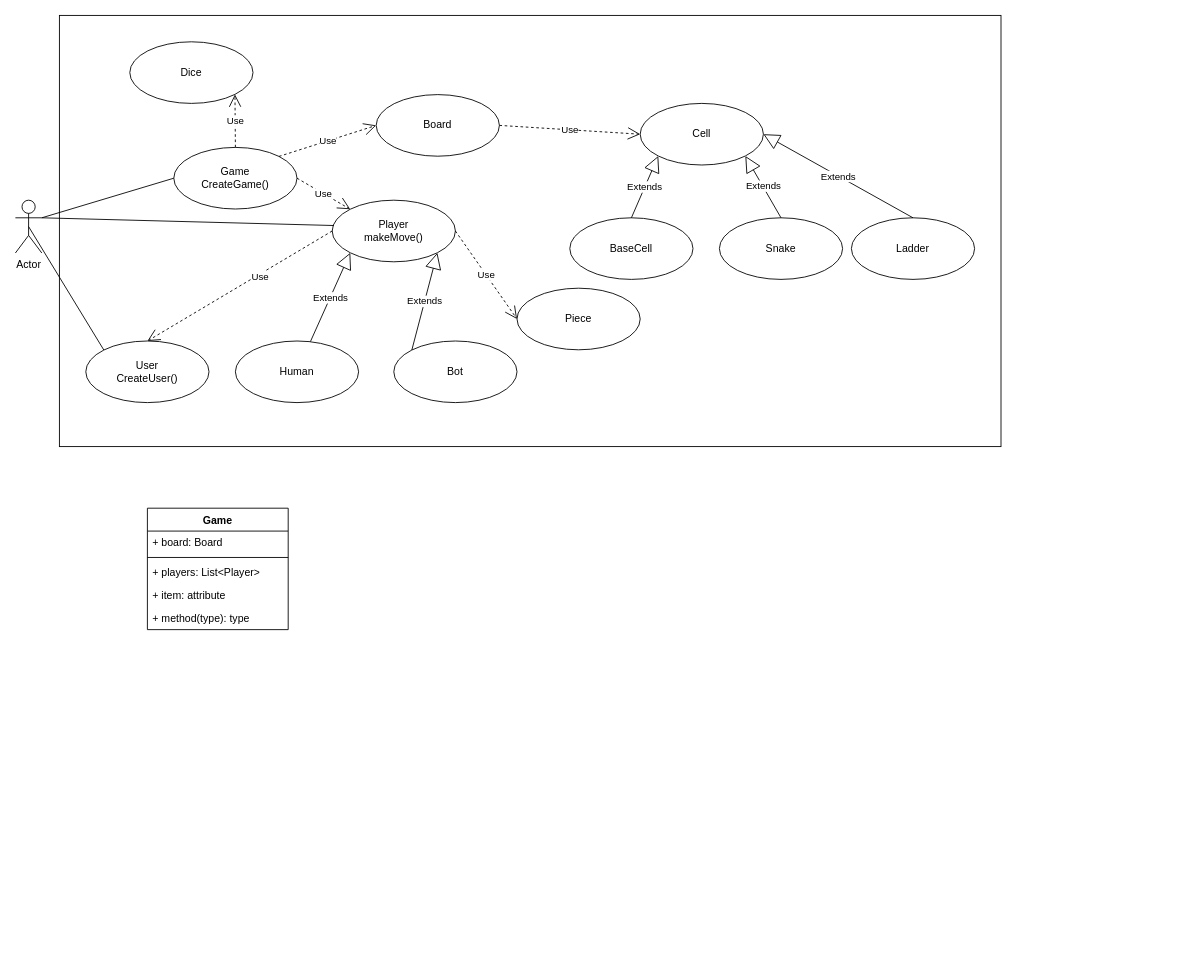
Before: SnakeAndLadder.drawio in aktomer06/Draw.io, a draw.io diagram. Source tidied: cells renumbered, new cells numbered last; positions are measured from the earlier drawing's top-left corner, leaving out a move shared by most shapes. Both pictures are drawn from the tidied source at 88%, with x=0, y=0 at pixel (15, 15).
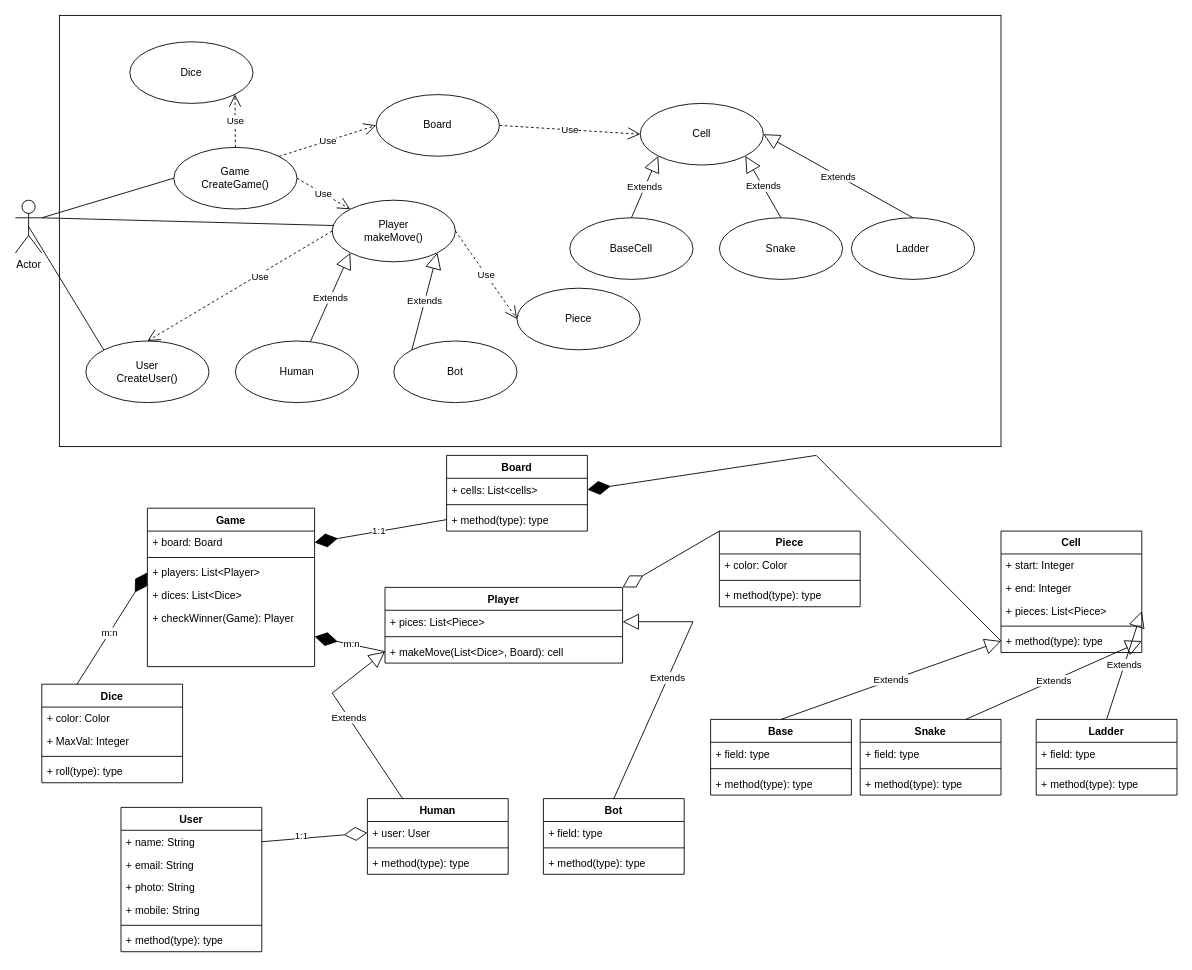
The same diagram, later.

What changed in the source:
```diff
@@
     <mxCell id="31" value="Game" style="swimlane;fontStyle=1;align=center;verticalAlign=top;horizontal=1;startSize=26;whiteSpace=wrap;html=1;" parent="1" vertex="1">
-      <mxGeometry x="150" y="560" width="160" height="138" as="geometry" />
+      <mxGeometry x="150" y="560" width="190" height="180" as="geometry" />
     </mxCell>
     <mxCell id="32" value="+ board: Board" style="text;strokeColor=none;fillColor=none;align=left;verticalAlign=top;spacingLeft=4;spacingRight=4;overflow=hidden;points=[[0,0.5],[1,0.5]];portConstraint=eastwest;whiteSpace=wrap;html=1;" parent="31" vertex="1">
-      <mxGeometry y="26" width="160" height="26" as="geometry" />
+      <mxGeometry y="26" width="190" height="26" as="geometry" />
     </mxCell>
     <mxCell id="33" style="line;strokeWidth=1;fillColor=none;align=left;verticalAlign=middle;spacingTop=-1;spacingLeft=3;spacingRight=3;labelPosition=right;strokeColor=inherit;" parent="31" vertex="1">
-      <mxGeometry y="52" width="160" height="8" as="geometry" />
+      <mxGeometry y="52" width="190" height="8" as="geometry" />
     </mxCell>
     <mxCell id="34" value="+ players: List&amp;lt;Player&amp;gt;" style="text;strokeColor=none;fillColor=none;align=left;verticalAlign=top;spacingLeft=4;spacingRight=4;overflow=hidden;points=[[0,0.5],[1,0.5]];portConstraint=eastwest;whiteSpace=wrap;html=1;" parent="31" vertex="1">
-      <mxGeometry y="60" width="160" height="26" as="geometry" />
+      <mxGeometry y="60" width="190" height="26" as="geometry" />
     </mxCell>
-    <mxCell id="35" value="+ item: attribute" style="text;strokeColor=none;fillColor=none;align=left;verticalAlign=top;spacingLeft=4;spacingRight=4;overflow=hidden;whiteSpace=wrap;html=1;" parent="31" vertex="1">
-      <mxGeometry y="86" width="160" height="26" as="geometry" />
+    <mxCell id="35" value="+ dices: List&amp;lt;Dice&amp;gt;" style="text;strokeColor=none;fillColor=none;align=left;verticalAlign=top;spacingLeft=4;spacingRight=4;overflow=hidden;whiteSpace=wrap;html=1;" parent="31" vertex="1">
+      <mxGeometry y="86" width="190" height="26" as="geometry" />
     </mxCell>
-    <mxCell id="36" value="+ method(type): type" style="text;strokeColor=none;fillColor=none;align=left;verticalAlign=top;spacingLeft=4;spacingRight=4;overflow=hidden;points=[[0,0.5],[1,0.5]];portConstraint=eastwest;whiteSpace=wrap;html=1;" parent="31" vertex="1">
-      <mxGeometry y="112" width="160" height="26" as="geometry" />
+    <mxCell id="36" value="+ checkWinner(Game): Player" style="text;strokeColor=none;fillColor=none;align=left;verticalAlign=top;spacingLeft=4;spacingRight=4;overflow=hidden;points=[[0,0.5],[1,0.5]];portConstraint=eastwest;whiteSpace=wrap;html=1;" parent="31" vertex="1">
+      <mxGeometry y="112" width="190" height="68" as="geometry" />
     </mxCell>
+    <mxCell id="37" value="Board" style="swimlane;fontStyle=1;align=center;verticalAlign=top;horizontal=1;startSize=26;whiteSpace=wrap;html=1;" parent="1" vertex="1">
+      <mxGeometry x="490" y="500" width="160" height="86" as="geometry" />
+    </mxCell>
+    <mxCell id="38" value="+ cells: List&amp;lt;cells&amp;gt;" style="text;strokeColor=none;fillColor=none;align=left;verticalAlign=top;spacingLeft=4;spacingRight=4;overflow=hidden;points=[[0,0.5],[1,0.5]];portConstraint=eastwest;whiteSpace=wrap;html=1;" parent="37" vertex="1">
+      <mxGeometry y="26" width="160" height="26" as="geometry" />
+    </mxCell>
+    <mxCell id="39" style="line;strokeWidth=1;fillColor=none;align=left;verticalAlign=middle;spacingTop=-1;spacingLeft=3;spacingRight=3;labelPosition=right;strokeColor=inherit;" parent="37" vertex="1">
+      <mxGeometry y="52" width="160" height="8" as="geometry" />
+    </mxCell>
+    <mxCell id="40" value="+ method(type): type" style="text;strokeColor=none;fillColor=none;align=left;verticalAlign=top;spacingLeft=4;spacingRight=4;overflow=hidden;points=[[0,0.5],[1,0.5]];portConstraint=eastwest;whiteSpace=wrap;html=1;" parent="37" vertex="1">
+      <mxGeometry y="60" width="160" height="26" as="geometry" />
+    </mxCell>
+    <mxCell id="41" value="Player" style="swimlane;fontStyle=1;align=center;verticalAlign=top;horizontal=1;startSize=26;whiteSpace=wrap;html=1;" parent="1" vertex="1">
+      <mxGeometry x="420" y="650" width="270" height="86" as="geometry" />
+    </mxCell>
+    <mxCell id="42" value="+ pices: List&amp;lt;Piece&amp;gt;" style="text;strokeColor=none;fillColor=none;align=left;verticalAlign=top;spacingLeft=4;spacingRight=4;overflow=hidden;points=[[0,0.5],[1,0.5]];portConstraint=eastwest;whiteSpace=wrap;html=1;" parent="41" vertex="1">
+      <mxGeometry y="26" width="270" height="26" as="geometry" />
+    </mxCell>
+    <mxCell id="43" style="line;strokeWidth=1;fillColor=none;align=left;verticalAlign=middle;spacingTop=-1;spacingLeft=3;spacingRight=3;labelPosition=right;strokeColor=inherit;" parent="41" vertex="1">
+      <mxGeometry y="52" width="270" height="8" as="geometry" />
+    </mxCell>
+    <mxCell id="44" value="+ makeMove(List&amp;lt;Dice&amp;gt;, Board): cell" style="text;strokeColor=none;fillColor=none;align=left;verticalAlign=top;spacingLeft=4;spacingRight=4;overflow=hidden;points=[[0,0.5],[1,0.5]];portConstraint=eastwest;whiteSpace=wrap;html=1;" parent="41" vertex="1">
+      <mxGeometry y="60" width="270" height="26" as="geometry" />
+    </mxCell>
+    <mxCell id="45" value="Human" style="swimlane;fontStyle=1;align=center;verticalAlign=top;horizontal=1;startSize=26;whiteSpace=wrap;html=1;" parent="1" vertex="1">
+      <mxGeometry x="400" y="890" width="160" height="86" as="geometry" />
+    </mxCell>
+    <mxCell id="46" value="+ user: User" style="text;strokeColor=none;fillColor=none;align=left;verticalAlign=top;spacingLeft=4;spacingRight=4;overflow=hidden;points=[[0,0.5],[1,0.5]];portConstraint=eastwest;whiteSpace=wrap;html=1;" parent="45" vertex="1">
+      <mxGeometry y="26" width="160" height="26" as="geometry" />
+    </mxCell>
+    <mxCell id="47" style="line;strokeWidth=1;fillColor=none;align=left;verticalAlign=middle;spacingTop=-1;spacingLeft=3;spacingRight=3;labelPosition=right;strokeColor=inherit;" parent="45" vertex="1">
+      <mxGeometry y="52" width="160" height="8" as="geometry" />
+    </mxCell>
+    <mxCell id="48" value="+ method(type): type" style="text;strokeColor=none;fillColor=none;align=left;verticalAlign=top;spacingLeft=4;spacingRight=4;overflow=hidden;whiteSpace=wrap;html=1;" parent="45" vertex="1">
+      <mxGeometry y="60" width="160" height="26" as="geometry" />
+    </mxCell>
+    <mxCell id="49" value="Bot" style="swimlane;fontStyle=1;align=center;verticalAlign=top;horizontal=1;startSize=26;whiteSpace=wrap;html=1;" parent="1" vertex="1">
+      <mxGeometry x="600" y="890" width="160" height="86" as="geometry" />
+    </mxCell>
+    <mxCell id="50" value="+ field: type" style="text;strokeColor=none;fillColor=none;align=left;verticalAlign=top;spacingLeft=4;spacingRight=4;overflow=hidden;whiteSpace=wrap;html=1;" parent="49" vertex="1">
+      <mxGeometry y="26" width="160" height="26" as="geometry" />
+    </mxCell>
+    <mxCell id="51" style="line;strokeWidth=1;fillColor=none;align=left;verticalAlign=middle;spacingTop=-1;spacingLeft=3;spacingRight=3;labelPosition=right;strokeColor=inherit;" parent="49" vertex="1">
+      <mxGeometry y="52" width="160" height="8" as="geometry" />
+    </mxCell>
+    <mxCell id="52" value="+ method(type): type" style="text;strokeColor=none;fillColor=none;align=left;verticalAlign=top;spacingLeft=4;spacingRight=4;overflow=hidden;whiteSpace=wrap;html=1;" parent="49" vertex="1">
+      <mxGeometry y="60" width="160" height="26" as="geometry" />
+    </mxCell>
+    <mxCell id="53" value="Dice" style="swimlane;fontStyle=1;align=center;verticalAlign=top;horizontal=1;startSize=26;whiteSpace=wrap;html=1;" parent="1" vertex="1">
+      <mxGeometry x="30" y="760" width="160" height="112" as="geometry" />
+    </mxCell>
+    <mxCell id="54" value="+ color: Color&lt;div&gt;&lt;br&gt;&lt;/div&gt;" style="text;strokeColor=none;fillColor=none;align=left;verticalAlign=top;spacingLeft=4;spacingRight=4;overflow=hidden;whiteSpace=wrap;html=1;" parent="53" vertex="1">
+      <mxGeometry y="26" width="160" height="26" as="geometry" />
+    </mxCell>
+    <mxCell id="55" value="+ MaxVal: Integer" style="text;strokeColor=none;fillColor=none;align=left;verticalAlign=top;spacingLeft=4;spacingRight=4;overflow=hidden;whiteSpace=wrap;html=1;" parent="53" vertex="1">
+      <mxGeometry y="52" width="160" height="26" as="geometry" />
+    </mxCell>
+    <mxCell id="56" style="line;strokeWidth=1;fillColor=none;align=left;verticalAlign=middle;spacingTop=-1;spacingLeft=3;spacingRight=3;labelPosition=right;strokeColor=inherit;" parent="53" vertex="1">
+      <mxGeometry y="78" width="160" height="8" as="geometry" />
+    </mxCell>
+    <mxCell id="57" value="+ roll(type): type" style="text;strokeColor=none;fillColor=none;align=left;verticalAlign=top;spacingLeft=4;spacingRight=4;overflow=hidden;whiteSpace=wrap;html=1;" parent="53" vertex="1">
+      <mxGeometry y="86" width="160" height="26" as="geometry" />
+    </mxCell>
+    <mxCell id="58" value="Cell" style="swimlane;fontStyle=1;align=center;verticalAlign=top;horizontal=1;startSize=26;whiteSpace=wrap;html=1;" parent="1" vertex="1">
+      <mxGeometry x="1120" y="586" width="160" height="138" as="geometry" />
+    </mxCell>
+    <mxCell id="59" value="+ start: Integer" style="text;strokeColor=none;fillColor=none;align=left;verticalAlign=top;spacingLeft=4;spacingRight=4;overflow=hidden;whiteSpace=wrap;html=1;" parent="58" vertex="1">
+      <mxGeometry y="26" width="160" height="26" as="geometry" />
+    </mxCell>
+    <mxCell id="60" value="+ end: Integer" style="text;strokeColor=none;fillColor=none;align=left;verticalAlign=top;spacingLeft=4;spacingRight=4;overflow=hidden;whiteSpace=wrap;html=1;" parent="58" vertex="1">
+      <mxGeometry y="52" width="160" height="26" as="geometry" />
+    </mxCell>
+    <mxCell id="61" value="+ pieces: List&amp;lt;Piece&amp;gt;" style="text;strokeColor=none;fillColor=none;align=left;verticalAlign=top;spacingLeft=4;spacingRight=4;overflow=hidden;points=[[0,0.5],[1,0.5]];portConstraint=eastwest;whiteSpace=wrap;html=1;" parent="58" vertex="1">
+      <mxGeometry y="78" width="160" height="26" as="geometry" />
+    </mxCell>
+    <mxCell id="62" style="line;strokeWidth=1;fillColor=none;align=left;verticalAlign=middle;spacingTop=-1;spacingLeft=3;spacingRight=3;labelPosition=right;strokeColor=inherit;" parent="58" vertex="1">
+      <mxGeometry y="104" width="160" height="8" as="geometry" />
+    </mxCell>
+    <mxCell id="63" value="+ method(type): type" style="text;strokeColor=none;fillColor=none;align=left;verticalAlign=top;spacingLeft=4;spacingRight=4;overflow=hidden;points=[[0,0.5],[1,0.5]];portConstraint=eastwest;whiteSpace=wrap;html=1;" parent="58" vertex="1">
+      <mxGeometry y="112" width="160" height="26" as="geometry" />
+    </mxCell>
+    <mxCell id="64" value="Base" style="swimlane;fontStyle=1;align=center;verticalAlign=top;horizontal=1;startSize=26;whiteSpace=wrap;html=1;" parent="1" vertex="1">
+      <mxGeometry x="790" y="800" width="160" height="86" as="geometry" />
+    </mxCell>
+    <mxCell id="65" value="+ field: type" style="text;strokeColor=none;fillColor=none;align=left;verticalAlign=top;spacingLeft=4;spacingRight=4;overflow=hidden;whiteSpace=wrap;html=1;" parent="64" vertex="1">
+      <mxGeometry y="26" width="160" height="26" as="geometry" />
+    </mxCell>
+    <mxCell id="66" style="line;strokeWidth=1;fillColor=none;align=left;verticalAlign=middle;spacingTop=-1;spacingLeft=3;spacingRight=3;labelPosition=right;strokeColor=inherit;" parent="64" vertex="1">
+      <mxGeometry y="52" width="160" height="8" as="geometry" />
+    </mxCell>
+    <mxCell id="67" value="+ method(type): type" style="text;strokeColor=none;fillColor=none;align=left;verticalAlign=top;spacingLeft=4;spacingRight=4;overflow=hidden;whiteSpace=wrap;html=1;" parent="64" vertex="1">
+      <mxGeometry y="60" width="160" height="26" as="geometry" />
+    </mxCell>
+    <mxCell id="68" value="Snake" style="swimlane;fontStyle=1;align=center;verticalAlign=top;horizontal=1;startSize=26;whiteSpace=wrap;html=1;" parent="1" vertex="1">
+      <mxGeometry x="960" y="800" width="160" height="86" as="geometry" />
+    </mxCell>
+    <mxCell id="69" value="+ field: type" style="text;strokeColor=none;fillColor=none;align=left;verticalAlign=top;spacingLeft=4;spacingRight=4;overflow=hidden;whiteSpace=wrap;html=1;" parent="68" vertex="1">
+      <mxGeometry y="26" width="160" height="26" as="geometry" />
+    </mxCell>
+    <mxCell id="70" style="line;strokeWidth=1;fillColor=none;align=left;verticalAlign=middle;spacingTop=-1;spacingLeft=3;spacingRight=3;labelPosition=right;strokeColor=inherit;" parent="68" vertex="1">
+      <mxGeometry y="52" width="160" height="8" as="geometry" />
+    </mxCell>
+    <mxCell id="71" value="+ method(type): type" style="text;strokeColor=none;fillColor=none;align=left;verticalAlign=top;spacingLeft=4;spacingRight=4;overflow=hidden;whiteSpace=wrap;html=1;" parent="68" vertex="1">
+      <mxGeometry y="60" width="160" height="26" as="geometry" />
+    </mxCell>
+    <mxCell id="72" value="Ladder" style="swimlane;fontStyle=1;align=center;verticalAlign=top;horizontal=1;startSize=26;whiteSpace=wrap;html=1;" parent="1" vertex="1">
+      <mxGeometry x="1160" y="800" width="160" height="86" as="geometry" />
+    </mxCell>
+    <mxCell id="73" value="+ field: type" style="text;strokeColor=none;fillColor=none;align=left;verticalAlign=top;spacingLeft=4;spacingRight=4;overflow=hidden;whiteSpace=wrap;html=1;" parent="72" vertex="1">
+      <mxGeometry y="26" width="160" height="26" as="geometry" />
+    </mxCell>
+    <mxCell id="74" style="line;strokeWidth=1;fillColor=none;align=left;verticalAlign=middle;spacingTop=-1;spacingLeft=3;spacingRight=3;labelPosition=right;strokeColor=inherit;" parent="72" vertex="1">
+      <mxGeometry y="52" width="160" height="8" as="geometry" />
+    </mxCell>
+    <mxCell id="75" value="+ method(type): type" style="text;strokeColor=none;fillColor=none;align=left;verticalAlign=top;spacingLeft=4;spacingRight=4;overflow=hidden;whiteSpace=wrap;html=1;" parent="72" vertex="1">
+      <mxGeometry y="60" width="160" height="26" as="geometry" />
+    </mxCell>
+    <mxCell id="76" style="endArrow=diamondThin;endFill=1;endSize=24;html=1;rounded=0;entryX=0;entryY=0.5;entryDx=0;entryDy=0;exitX=0.25;exitY=0;exitDx=0;exitDy=0;" parent="1" edge="1" source="53" target="34">
+      <mxGeometry relative="1" as="geometry" />
+    </mxCell>
+    <mxCell id="77" value="m:n" style="edgeLabel;html=1;align=center;verticalAlign=middle;" parent="76" vertex="1">
+      <mxGeometry x="-0.1" y="1" relative="1" as="geometry">
+        <mxPoint x="1" as="offset" />
+      </mxGeometry>
+    </mxCell>
+    <mxCell id="78" style="endArrow=diamondThin;endFill=1;endSize=24;html=1;rounded=0;entryX=1;entryY=0.5;entryDx=0;entryDy=0;exitX=0;exitY=0.5;exitDx=0;exitDy=0;" parent="1" edge="1" source="40" target="32">
+      <mxGeometry relative="1" as="geometry" />
+    </mxCell>
+    <mxCell id="79" value="1:1" style="edgeLabel;html=1;align=center;verticalAlign=middle;" parent="78" vertex="1">
+      <mxGeometry x="0.03" y="-1" relative="1" as="geometry" />
+    </mxCell>
+    <mxCell id="80" style="endArrow=diamondThin;endFill=1;endSize=24;html=1;rounded=0;entryX=1;entryY=0.5;entryDx=0;entryDy=0;exitX=0;exitY=0.5;exitDx=0;exitDy=0;" parent="1" edge="1" source="44" target="36">
+      <mxGeometry relative="1" as="geometry" />
+    </mxCell>
+    <mxCell id="81" value="m:n" style="edgeLabel;html=1;align=center;verticalAlign=middle;" parent="80" vertex="1">
+      <mxGeometry x="-0.03" y="-1" relative="1" as="geometry" />
+    </mxCell>
+    <mxCell id="82" value="Extends" style="endArrow=block;endSize=16;endFill=0;html=1;rounded=0;entryX=0;entryY=0.5;entryDx=0;entryDy=0;exitX=0.25;exitY=0;exitDx=0;exitDy=0;" parent="1" edge="1" source="45" target="44">
+      <mxGeometry relative="1" as="geometry">
+        <Array as="points">
+          <mxPoint x="360" y="770" />
+        </Array>
+      </mxGeometry>
+    </mxCell>
+    <mxCell id="83" value="Extends" style="endArrow=block;endSize=16;endFill=0;html=1;rounded=0;exitX=0.5;exitY=0;exitDx=0;exitDy=0;entryX=1;entryY=0.5;entryDx=0;entryDy=0;" parent="1" edge="1" source="49" target="42">
+      <mxGeometry relative="1" as="geometry">
+        <Array as="points">
+          <mxPoint x="770" y="689" />
+        </Array>
+      </mxGeometry>
+    </mxCell>
+    <mxCell id="84" value="User" style="swimlane;fontStyle=1;align=center;verticalAlign=top;horizontal=1;startSize=26;whiteSpace=wrap;html=1;" parent="1" vertex="1">
+      <mxGeometry x="120" y="900" width="160" height="164" as="geometry" />
+    </mxCell>
+    <mxCell id="85" value="+ name: String" style="text;strokeColor=none;fillColor=none;align=left;verticalAlign=top;spacingLeft=4;spacingRight=4;overflow=hidden;points=[[0,0.5],[1,0.5]];portConstraint=eastwest;whiteSpace=wrap;html=1;" parent="84" vertex="1">
+      <mxGeometry y="26" width="160" height="26" as="geometry" />
+    </mxCell>
+    <mxCell id="86" value="+ email: String" style="text;strokeColor=none;fillColor=none;align=left;verticalAlign=top;spacingLeft=4;spacingRight=4;overflow=hidden;whiteSpace=wrap;html=1;" parent="84" vertex="1">
+      <mxGeometry y="52" width="160" height="26" as="geometry" />
+    </mxCell>
+    <mxCell id="87" value="+ photo: String" style="text;strokeColor=none;fillColor=none;align=left;verticalAlign=top;spacingLeft=4;spacingRight=4;overflow=hidden;whiteSpace=wrap;html=1;" parent="84" vertex="1">
+      <mxGeometry y="78" width="160" height="26" as="geometry" />
+    </mxCell>
+    <mxCell id="88" value="+ mobile: String" style="text;strokeColor=none;fillColor=none;align=left;verticalAlign=top;spacingLeft=4;spacingRight=4;overflow=hidden;whiteSpace=wrap;html=1;" parent="84" vertex="1">
+      <mxGeometry y="104" width="160" height="26" as="geometry" />
+    </mxCell>
+    <mxCell id="89" style="line;strokeWidth=1;fillColor=none;align=left;verticalAlign=middle;spacingTop=-1;spacingLeft=3;spacingRight=3;labelPosition=right;strokeColor=inherit;" parent="84" vertex="1">
+      <mxGeometry y="130" width="160" height="8" as="geometry" />
+    </mxCell>
+    <mxCell id="90" value="+ method(type): type" style="text;strokeColor=none;fillColor=none;align=left;verticalAlign=top;spacingLeft=4;spacingRight=4;overflow=hidden;whiteSpace=wrap;html=1;" parent="84" vertex="1">
+      <mxGeometry y="138" width="160" height="26" as="geometry" />
+    </mxCell>
+    <mxCell id="91" style="endArrow=diamondThin;endFill=0;endSize=24;html=1;rounded=0;entryX=0;entryY=0.5;entryDx=0;entryDy=0;exitX=1;exitY=0.5;exitDx=0;exitDy=0;" parent="1" edge="1" source="85" target="46">
+      <mxGeometry relative="1" as="geometry" />
+    </mxCell>
+    <mxCell id="92" value="1:1" style="edgeLabel;html=1;align=center;verticalAlign=middle;" parent="91" vertex="1">
+      <mxGeometry x="-0.26" y="5" relative="1" as="geometry">
+        <mxPoint y="1" as="offset" />
+      </mxGeometry>
+    </mxCell>
+    <mxCell id="93" style="endArrow=diamondThin;endFill=1;endSize=24;html=1;rounded=0;entryX=1;entryY=0.5;entryDx=0;entryDy=0;exitX=0;exitY=0.5;exitDx=0;exitDy=0;" parent="1" edge="1" source="63" target="38">
+      <mxGeometry relative="1" as="geometry">
+        <Array as="points">
+          <mxPoint x="910" y="500" />
+        </Array>
+      </mxGeometry>
+    </mxCell>
+    <mxCell id="94" value="Extends" style="endArrow=block;endSize=16;endFill=0;html=1;rounded=0;entryX=0;entryY=0.5;entryDx=0;entryDy=0;exitX=0.5;exitY=0;exitDx=0;exitDy=0;" parent="1" edge="1" source="64" target="63">
+      <mxGeometry relative="1" as="geometry" />
+    </mxCell>
+    <mxCell id="95" value="Extends" style="endArrow=block;endSize=16;endFill=0;html=1;rounded=0;entryX=1;entryY=0.5;entryDx=0;entryDy=0;exitX=0.75;exitY=0;exitDx=0;exitDy=0;" parent="1" edge="1" source="68" target="63">
+      <mxGeometry relative="1" as="geometry" />
+    </mxCell>
+    <mxCell id="96" value="Extends" style="endArrow=block;endSize=16;endFill=0;html=1;rounded=0;entryX=1;entryY=0.5;entryDx=0;entryDy=0;exitX=0.5;exitY=0;exitDx=0;exitDy=0;" parent="1" edge="1" source="72" target="61">
+      <mxGeometry relative="1" as="geometry" />
+    </mxCell>
+    <mxCell id="97" value="Piece" style="swimlane;fontStyle=1;align=center;verticalAlign=top;horizontal=1;startSize=26;whiteSpace=wrap;html=1;" parent="1" vertex="1">
+      <mxGeometry x="800" y="586" width="160" height="86" as="geometry" />
+    </mxCell>
+    <mxCell id="98" value="+ color: Color" style="text;strokeColor=none;fillColor=none;align=left;verticalAlign=top;spacingLeft=4;spacingRight=4;overflow=hidden;whiteSpace=wrap;html=1;" parent="97" vertex="1">
+      <mxGeometry y="26" width="160" height="26" as="geometry" />
+    </mxCell>
+    <mxCell id="99" style="line;strokeWidth=1;fillColor=none;align=left;verticalAlign=middle;spacingTop=-1;spacingLeft=3;spacingRight=3;labelPosition=right;strokeColor=inherit;" parent="97" vertex="1">
+      <mxGeometry y="52" width="160" height="8" as="geometry" />
+    </mxCell>
+    <mxCell id="100" value="+ method(type): type" style="text;strokeColor=none;fillColor=none;align=left;verticalAlign=top;spacingLeft=4;spacingRight=4;overflow=hidden;whiteSpace=wrap;html=1;" parent="97" vertex="1">
+      <mxGeometry y="60" width="160" height="26" as="geometry" />
+    </mxCell>
+    <mxCell id="101" style="endArrow=diamondThin;endFill=0;endSize=24;html=1;rounded=0;entryX=1;entryY=0;entryDx=0;entryDy=0;exitX=0;exitY=0;exitDx=0;exitDy=0;" parent="1" edge="1" source="97" target="41">
+      <mxGeometry relative="1" as="geometry" />
+    </mxCell>
```
